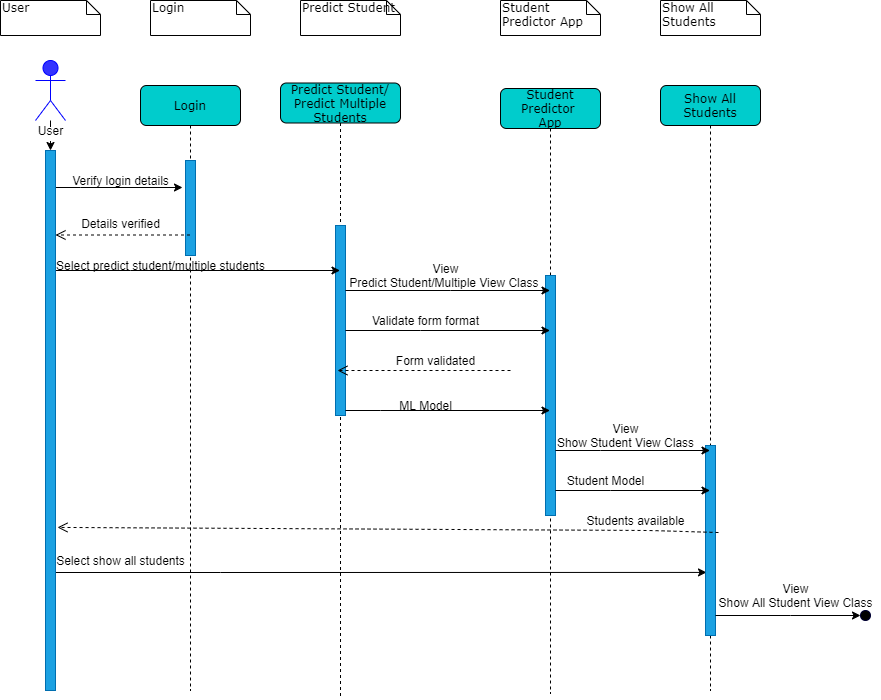
This is wiki/images/Sequence Diagram.png from NicMuir/Software_Design_Project-2020, a draw.io export, as it was before one commit. Source tidied: cells renumbered, new cells last; positions are measured from the earlier drawing's top-left corner, leaving out a move shared by most shapes.
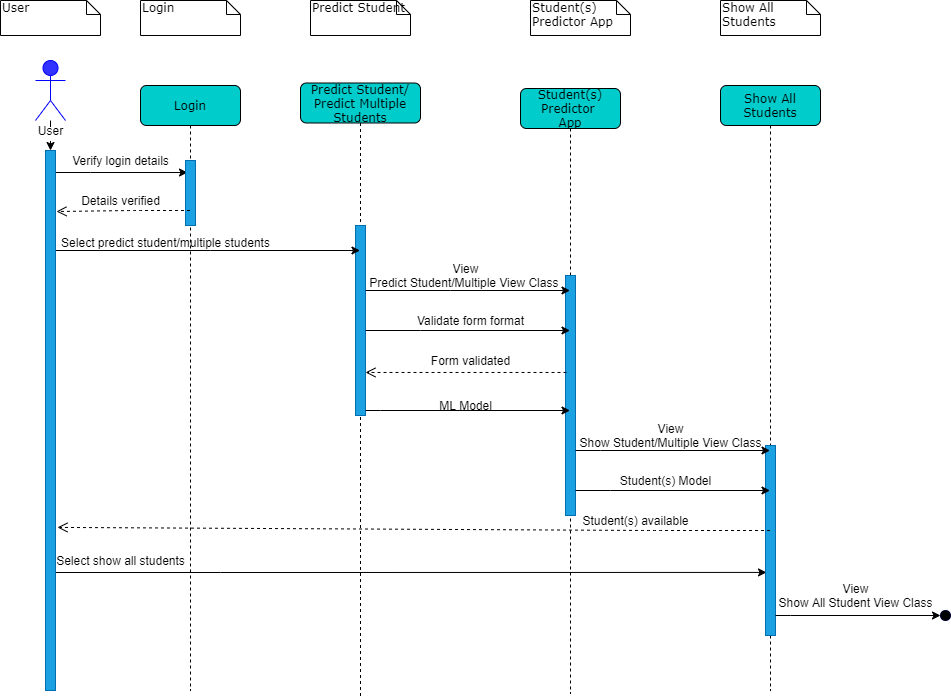
The same diagram one commit later.

Change to the diagram source:
```diff
@@ -3,7 +3,7 @@
     <mxCell id="0" />
     <mxCell id="1" parent="0" />
     <mxCell id="2" value="Predict Student/&lt;br&gt;Predict Multiple&lt;br&gt;Students" style="shape=umlLifeline;perimeter=lifelinePerimeter;whiteSpace=wrap;html=1;outlineConnect=0;rounded=1;shadow=0;comic=0;labelBackgroundColor=none;strokeWidth=1;fontFamily=Verdana;fontSize=12;align=center;fillColor=#00CCCC;" parent="1" vertex="1">
-      <mxGeometry x="280" y="82.5" width="120" height="616" as="geometry" />
+      <mxGeometry x="300" y="82.5" width="120" height="616" as="geometry" />
     </mxCell>
     <mxCell id="3" style="html=1;points=[];perimeter=orthogonalPerimeter;fillColor=#1ba1e2;strokeColor=#006EAF;fontColor=#ffffff;" parent="2" vertex="1">
       <mxGeometry x="55" y="142.5" width="10" height="190" as="geometry" />
@@ -12,10 +12,10 @@
       <mxGeometry width="100" height="35" as="geometry" />
     </mxCell>
     <mxCell id="5" value="Predict Student" style="shape=note;whiteSpace=wrap;html=1;size=14;verticalAlign=top;align=left;spacingTop=-6;rounded=0;shadow=0;comic=0;labelBackgroundColor=none;strokeWidth=1;fontFamily=Verdana;fontSize=12;" parent="1" vertex="1">
-      <mxGeometry x="300" width="100" height="35" as="geometry" />
+      <mxGeometry x="310" width="100" height="35" as="geometry" />
     </mxCell>
-    <mxCell id="6" value="Student&lt;br&gt;Predictor App" style="shape=note;whiteSpace=wrap;html=1;size=14;verticalAlign=top;align=left;spacingTop=-6;rounded=0;shadow=0;comic=0;labelBackgroundColor=none;strokeWidth=1;fontFamily=Verdana;fontSize=12;" parent="1" vertex="1">
-      <mxGeometry x="500" width="100" height="35" as="geometry" />
+    <mxCell id="6" value="Student(s)&lt;br&gt;Predictor App" style="shape=note;whiteSpace=wrap;html=1;size=14;verticalAlign=top;align=left;spacingTop=-6;rounded=0;shadow=0;comic=0;labelBackgroundColor=none;strokeWidth=1;fontFamily=Verdana;fontSize=12;" parent="1" vertex="1">
+      <mxGeometry x="530" width="100" height="35" as="geometry" />
     </mxCell>
     <mxCell id="7" style="edgeStyle=orthogonalEdgeStyle;rounded=0;jettySize=auto;html=1;" parent="1" edge="1" source="8" target="12">
       <mxGeometry relative="1" as="geometry" />
@@ -26,20 +26,11 @@
     <mxCell id="9" style="edgeStyle=orthogonalEdgeStyle;rounded=0;jettySize=auto;html=1;" parent="1" edge="1" source="12" target="2">
       <mxGeometry relative="1" as="geometry">
         <Array as="points">
-          <mxPoint x="130" y="270" />
-          <mxPoint x="130" y="270" />
+          <mxPoint x="210" y="250" />
+          <mxPoint x="210" y="250" />
         </Array>
       </mxGeometry>
     </mxCell>
-    <mxCell id="10" style="edgeStyle=orthogonalEdgeStyle;rounded=0;jettySize=auto;html=1;" parent="1" edge="1" source="12">
-      <mxGeometry relative="1" as="geometry">
-        <mxPoint x="182" y="187" as="targetPoint" />
-        <Array as="points">
-          <mxPoint x="80" y="187" />
-          <mxPoint x="80" y="187" />
-        </Array>
-      </mxGeometry>
-    </mxCell>
     <mxCell id="11" style="edgeStyle=orthogonalEdgeStyle;rounded=0;jettySize=auto;html=1;entryX=0.1;entryY=0.668;entryDx=0;entryDy=0;entryPerimeter=0;" parent="1" edge="1" source="12" target="19">
       <mxGeometry relative="1" as="geometry">
         <Array as="points">
@@ -48,35 +39,43 @@
         </Array>
       </mxGeometry>
     </mxCell>
+    <mxCell id="46" style="edgeStyle=orthogonalEdgeStyle;rounded=0;jettySize=auto;html=1;entryX=0.2;entryY=0.185;entryDx=0;entryDy=0;entryPerimeter=0;" parent="1" edge="1" source="12" target="32">
+      <mxGeometry relative="1" as="geometry">
+        <Array as="points">
+          <mxPoint x="90" y="172" />
+          <mxPoint x="90" y="172" />
+        </Array>
+      </mxGeometry>
+    </mxCell>
     <mxCell id="12" style="html=1;points=[];perimeter=orthogonalPerimeter;fillColor=#1ba1e2;strokeColor=#006EAF;fontColor=#ffffff;" parent="1" vertex="1">
       <mxGeometry x="45" y="150" width="10" height="540" as="geometry" />
     </mxCell>
     <mxCell id="13" value="Verify login details" style="text;html=1;align=center;verticalAlign=middle;" parent="1" vertex="1">
-      <mxGeometry x="65" y="170" width="110" height="20" as="geometry" />
+      <mxGeometry x="65" y="150" width="110" height="20" as="geometry" />
     </mxCell>
     <mxCell id="14" value="View&lt;br&gt;Predict Student/Multiple View Class&amp;nbsp;" style="text;html=1;align=center;verticalAlign=middle;" parent="1" vertex="1">
-      <mxGeometry x="340" y="260" width="210" height="30" as="geometry" />
+      <mxGeometry x="360" y="260" width="210" height="30" as="geometry" />
     </mxCell>
-    <mxCell id="15" value="Student Predictor&amp;nbsp;&lt;br&gt;App" style="shape=umlLifeline;perimeter=lifelinePerimeter;whiteSpace=wrap;html=1;outlineConnect=0;rounded=1;shadow=0;comic=0;labelBackgroundColor=none;strokeWidth=1;fontFamily=Verdana;fontSize=12;align=center;fillColor=#00CCCC;" parent="1" vertex="1">
-      <mxGeometry x="500" y="88" width="100" height="605" as="geometry" />
+    <mxCell id="15" value="Student(s) Predictor&amp;nbsp;&lt;br&gt;App" style="shape=umlLifeline;perimeter=lifelinePerimeter;whiteSpace=wrap;html=1;outlineConnect=0;rounded=1;shadow=0;comic=0;labelBackgroundColor=none;strokeWidth=1;fontFamily=Verdana;fontSize=12;align=center;fillColor=#00CCCC;" parent="1" vertex="1">
+      <mxGeometry x="520" y="88" width="100" height="605" as="geometry" />
     </mxCell>
     <mxCell id="16" style="html=1;points=[];perimeter=orthogonalPerimeter;fillColor=#1ba1e2;strokeColor=#006EAF;fontColor=#ffffff;" parent="15" vertex="1">
       <mxGeometry x="45" y="187" width="10" height="240" as="geometry" />
     </mxCell>
     <mxCell id="17" value="Show All Students" style="shape=note;whiteSpace=wrap;html=1;size=14;verticalAlign=top;align=left;spacingTop=-6;rounded=0;shadow=0;comic=0;labelBackgroundColor=none;strokeWidth=1;fontFamily=Verdana;fontSize=12;" parent="1" vertex="1">
-      <mxGeometry x="660" width="100" height="35" as="geometry" />
+      <mxGeometry x="720" width="100" height="35" as="geometry" />
     </mxCell>
     <mxCell id="18" value="Show All Students" style="shape=umlLifeline;perimeter=lifelinePerimeter;whiteSpace=wrap;html=1;outlineConnect=0;rounded=1;shadow=0;comic=0;labelBackgroundColor=none;strokeWidth=1;fontFamily=Verdana;fontSize=12;align=center;fillColor=#00CCCC;" parent="1" vertex="1">
-      <mxGeometry x="660" y="85" width="100" height="605" as="geometry" />
+      <mxGeometry x="720" y="85" width="100" height="605" as="geometry" />
     </mxCell>
     <mxCell id="19" style="html=1;points=[];perimeter=orthogonalPerimeter;fillColor=#1ba1e2;strokeColor=#006EAF;fontColor=#ffffff;" parent="18" vertex="1">
       <mxGeometry x="45" y="360" width="10" height="190" as="geometry" />
     </mxCell>
-    <mxCell id="20" value="View&lt;br&gt;Show Student View Class" style="text;html=1;align=center;verticalAlign=middle;" parent="1" vertex="1">
-      <mxGeometry x="550" y="420" width="150" height="30" as="geometry" />
+    <mxCell id="20" value="View&lt;br&gt;Show Student/Multiple View Class" style="text;html=1;align=center;verticalAlign=middle;" parent="1" vertex="1">
+      <mxGeometry x="570" y="420" width="200" height="30" as="geometry" />
     </mxCell>
-    <mxCell id="21" value="Student Model" style="text;html=1;align=center;verticalAlign=middle;" parent="1" vertex="1">
-      <mxGeometry x="560" y="470" width="90" height="20" as="geometry" />
+    <mxCell id="21" value="Student(s) Model" style="text;html=1;align=center;verticalAlign=middle;" parent="1" vertex="1">
+      <mxGeometry x="610" y="470" width="110" height="20" as="geometry" />
     </mxCell>
     <mxCell id="22" style="edgeStyle=orthogonalEdgeStyle;rounded=0;jettySize=auto;html=1;" parent="1" edge="1" source="16" target="18">
       <mxGeometry relative="1" as="geometry">
@@ -103,7 +102,7 @@
       </mxGeometry>
     </mxCell>
     <mxCell id="25" value="View&lt;br&gt;Show All Student View Class" style="text;html=1;align=center;verticalAlign=middle;" parent="1" vertex="1">
-      <mxGeometry x="710" y="580" width="170" height="30" as="geometry" />
+      <mxGeometry x="770" y="580" width="170" height="30" as="geometry" />
     </mxCell>
     <mxCell id="26" value="User" style="text;html=1;align=center;verticalAlign=middle;" parent="1" vertex="1">
       <mxGeometry x="30" y="120" width="40" height="20" as="geometry" />
@@ -120,24 +119,26 @@
       </mxGeometry>
     </mxCell>
     <mxCell id="29" style="ellipse;whiteSpace=wrap;html=1;strokeColor=#000033;fillColor=#000000;" parent="1" vertex="1">
-      <mxGeometry x="860" y="610" width="10" height="10" as="geometry" />
+      <mxGeometry x="940" y="610" width="10" height="10" as="geometry" />
     </mxCell>
     <mxCell id="30" value="Login" style="shape=note;whiteSpace=wrap;html=1;size=14;verticalAlign=top;align=left;spacingTop=-6;rounded=0;shadow=0;comic=0;labelBackgroundColor=none;strokeWidth=1;fontFamily=Verdana;fontSize=12;" parent="1" vertex="1">
-      <mxGeometry x="150" width="100" height="35" as="geometry" />
+      <mxGeometry x="140" width="100" height="35" as="geometry" />
     </mxCell>
     <mxCell id="31" value="Login" style="shape=umlLifeline;perimeter=lifelinePerimeter;whiteSpace=wrap;html=1;outlineConnect=0;rounded=1;shadow=0;comic=0;labelBackgroundColor=none;strokeWidth=1;fontFamily=Verdana;fontSize=12;align=center;fillColor=#00CCCC;" parent="1" vertex="1">
       <mxGeometry x="140" y="85" width="100" height="605" as="geometry" />
     </mxCell>
     <mxCell id="32" style="html=1;points=[];perimeter=orthogonalPerimeter;fillColor=#1ba1e2;strokeColor=#006EAF;fontColor=#ffffff;" parent="31" vertex="1">
-      <mxGeometry x="45" y="75" width="10" height="95" as="geometry" />
+      <mxGeometry x="45" y="75" width="10" height="65" as="geometry" />
     </mxCell>
-    <mxCell id="33" style="html=1;verticalAlign=bottom;endArrow=open;dashed=1;endSize=8;" parent="1" edge="1" source="31">
+    <mxCell id="33" style="html=1;verticalAlign=bottom;endArrow=open;dashed=1;endSize=8;entryX=1.1;entryY=0.113;entryDx=0;entryDy=0;entryPerimeter=0;" parent="1" edge="1" source="31" target="12">
       <mxGeometry relative="1" as="geometry">
-        <mxPoint x="55" y="234.5" as="targetPoint" />
+        <Array as="points">
+          <mxPoint x="130" y="210" />
+        </Array>
       </mxGeometry>
     </mxCell>
     <mxCell id="34" value="Details verified" style="text;html=1;align=center;verticalAlign=middle;" parent="1" vertex="1">
-      <mxGeometry x="75" y="213" width="90" height="20" as="geometry" />
+      <mxGeometry x="75" y="190" width="90" height="20" as="geometry" />
     </mxCell>
     <mxCell id="35" style="edgeStyle=orthogonalEdgeStyle;rounded=0;jettySize=auto;html=1;" parent="1" edge="1" source="3" target="15">
       <mxGeometry relative="1" as="geometry">
@@ -148,22 +149,19 @@
       </mxGeometry>
     </mxCell>
     <mxCell id="36" value="&lt;br&gt;Select predict student/multiple students" style="text;html=1;align=center;verticalAlign=middle;" parent="1" vertex="1">
-      <mxGeometry x="50" y="242.5" width="220" height="30" as="geometry" />
+      <mxGeometry x="55" y="220" width="220" height="30" as="geometry" />
     </mxCell>
     <mxCell id="37" value="Form validated" style="text;html=1;align=center;verticalAlign=middle;" parent="1" vertex="1">
-      <mxGeometry x="390" y="350" width="90" height="20" as="geometry" />
+      <mxGeometry x="425" y="350" width="90" height="20" as="geometry" />
     </mxCell>
-    <mxCell id="38" style="html=1;verticalAlign=bottom;endArrow=open;dashed=1;endSize=8;" parent="1" edge="1">
-      <mxGeometry y="-40" relative="1" as="geometry">
-        <mxPoint x="510" y="370" as="sourcePoint" />
-        <mxPoint x="337" y="370" as="targetPoint" />
-      </mxGeometry>
+    <mxCell id="38" style="html=1;verticalAlign=bottom;endArrow=open;dashed=1;endSize=8;exitX=0.1;exitY=0.404;exitDx=0;exitDy=0;exitPerimeter=0;" parent="1" edge="1" source="16" target="3">
+      <mxGeometry y="-40" relative="1" as="geometry" />
     </mxCell>
     <mxCell id="39" value="ML Model" style="text;html=1;align=center;verticalAlign=middle;" parent="1" vertex="1">
-      <mxGeometry x="390" y="395" width="70" height="20" as="geometry" />
+      <mxGeometry x="430" y="395" width="70" height="20" as="geometry" />
     </mxCell>
     <mxCell id="40" value="Validate form format" style="text;html=1;align=center;verticalAlign=middle;" parent="1" vertex="1">
-      <mxGeometry x="365" y="310" width="120" height="20" as="geometry" />
+      <mxGeometry x="410" y="310" width="120" height="20" as="geometry" />
     </mxCell>
     <mxCell id="41" style="edgeStyle=orthogonalEdgeStyle;rounded=0;jettySize=auto;html=1;" parent="1" edge="1" source="3" target="15">
       <mxGeometry relative="1" as="geometry">
@@ -173,15 +171,15 @@
         </Array>
       </mxGeometry>
     </mxCell>
-    <mxCell id="42" style="html=1;verticalAlign=bottom;endArrow=open;dashed=1;endSize=8;entryX=1.2;entryY=0.698;entryDx=0;entryDy=0;entryPerimeter=0;exitX=1.3;exitY=0.458;exitDx=0;exitDy=0;exitPerimeter=0;" parent="1" edge="1" source="19" target="12">
+    <mxCell id="42" style="html=1;verticalAlign=bottom;endArrow=open;dashed=1;endSize=8;entryX=1.2;entryY=0.698;entryDx=0;entryDy=0;entryPerimeter=0;" parent="1" edge="1" source="18" target="12">
       <mxGeometry x="-0.25" y="-50" relative="1" as="geometry">
         <Array as="points">
           <mxPoint x="650" y="530" />
         </Array>
       </mxGeometry>
     </mxCell>
-    <mxCell id="43" value="Students available" style="text;html=1;align=center;verticalAlign=middle;" parent="1" vertex="1">
-      <mxGeometry x="580" y="510" width="110" height="20" as="geometry" />
+    <mxCell id="43" value="Student(s) available" style="text;html=1;align=center;verticalAlign=middle;" parent="1" vertex="1">
+      <mxGeometry x="575" y="510" width="120" height="20" as="geometry" />
     </mxCell>
     <mxCell id="44" value="Select show all students" style="text;html=1;align=center;verticalAlign=middle;" parent="1" vertex="1">
       <mxGeometry x="50" y="550" width="140" height="20" as="geometry" />
```
